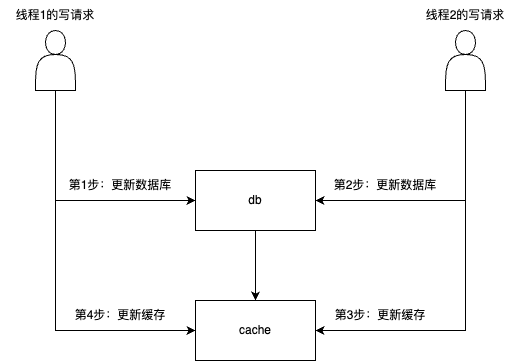
Above: cache-aside-unconsistency.png in qinjianmin/draw.io (draw.io), before the change. Source tidied: cells renumbered, new cells last; positions are measured from the earlier drawing's top-left corner, leaving out a move shared by most shapes. Source of this version:
```xml
<mxGraphModel>
  <root>
    <mxCell id="0" />
    <mxCell id="1" parent="0" />
    <mxCell id="2" style="edgeStyle=orthogonalEdgeStyle;rounded=0;jettySize=auto;html=1;entryX=0;entryY=0.5;entryDx=0;entryDy=0;" parent="1" edge="1" source="4" target="11">
      <mxGeometry relative="1" as="geometry">
        <Array as="points">
          <mxPoint x="55" y="200" />
        </Array>
      </mxGeometry>
    </mxCell>
    <mxCell id="3" style="edgeStyle=orthogonalEdgeStyle;rounded=0;jettySize=auto;html=1;entryX=0;entryY=0.5;entryDx=0;entryDy=0;" parent="1" edge="1" source="4" target="12">
      <mxGeometry relative="1" as="geometry">
        <Array as="points">
          <mxPoint x="55" y="330" />
        </Array>
      </mxGeometry>
    </mxCell>
    <mxCell id="4" style="shape=actor;whiteSpace=wrap;html=1;" parent="1" vertex="1">
      <mxGeometry x="35" y="30" width="40" height="60" as="geometry" />
    </mxCell>
    <mxCell id="5" value="线程1的写请求" style="text;html=1;strokeColor=none;fillColor=none;align=center;verticalAlign=middle;whiteSpace=wrap;rounded=0;" parent="1" vertex="1">
      <mxGeometry width="110" height="30" as="geometry" />
    </mxCell>
    <mxCell id="6" style="edgeStyle=orthogonalEdgeStyle;rounded=0;jettySize=auto;html=1;entryX=1;entryY=0.5;entryDx=0;entryDy=0;" parent="1" edge="1" source="8" target="12">
      <mxGeometry relative="1" as="geometry">
        <Array as="points">
          <mxPoint x="465" y="330" />
        </Array>
      </mxGeometry>
    </mxCell>
    <mxCell id="7" style="edgeStyle=orthogonalEdgeStyle;rounded=0;jettySize=auto;html=1;entryX=1;entryY=0.5;entryDx=0;entryDy=0;" parent="1" edge="1" source="8" target="11">
      <mxGeometry relative="1" as="geometry">
        <Array as="points">
          <mxPoint x="465" y="200" />
        </Array>
      </mxGeometry>
    </mxCell>
    <mxCell id="8" style="shape=actor;whiteSpace=wrap;html=1;" parent="1" vertex="1">
      <mxGeometry x="445" y="30" width="40" height="60" as="geometry" />
    </mxCell>
    <mxCell id="9" value="线程2的写请求" style="text;html=1;strokeColor=none;fillColor=none;align=center;verticalAlign=middle;whiteSpace=wrap;rounded=0;" parent="1" vertex="1">
      <mxGeometry x="410" width="110" height="30" as="geometry" />
    </mxCell>
    <mxCell id="10" style="edgeStyle=orthogonalEdgeStyle;rounded=0;jettySize=auto;html=1;" parent="1" edge="1" source="11" target="12">
      <mxGeometry relative="1" as="geometry" />
    </mxCell>
    <mxCell id="11" value="db" style="whiteSpace=wrap;html=1;" parent="1" vertex="1">
      <mxGeometry x="195" y="170" width="120" height="60" as="geometry" />
    </mxCell>
    <mxCell id="12" value="cache" style="whiteSpace=wrap;html=1;" parent="1" vertex="1">
      <mxGeometry x="195" y="300" width="120" height="60" as="geometry" />
    </mxCell>
    <mxCell id="13" value="第1步：更新数据库" style="text;html=1;strokeColor=none;fillColor=none;align=center;verticalAlign=middle;whiteSpace=wrap;rounded=0;" parent="1" vertex="1">
      <mxGeometry x="65" y="170" width="110" height="30" as="geometry" />
    </mxCell>
    <mxCell id="14" value="第3步：更新缓存" style="text;html=1;strokeColor=none;fillColor=none;align=center;verticalAlign=middle;whiteSpace=wrap;rounded=0;" parent="1" vertex="1">
      <mxGeometry x="325" y="300" width="110" height="30" as="geometry" />
    </mxCell>
    <mxCell id="15" value="第4步：更新缓存" style="text;html=1;strokeColor=none;fillColor=none;align=center;verticalAlign=middle;whiteSpace=wrap;rounded=0;" parent="1" vertex="1">
      <mxGeometry x="65" y="300" width="110" height="30" as="geometry" />
    </mxCell>
    <mxCell id="16" value="第2步：更新数据库" style="text;html=1;strokeColor=none;fillColor=none;align=center;verticalAlign=middle;whiteSpace=wrap;rounded=0;" parent="1" vertex="1">
      <mxGeometry x="325" y="170" width="120" height="30" as="geometry" />
    </mxCell>
  </root>
</mxGraphModel>
```
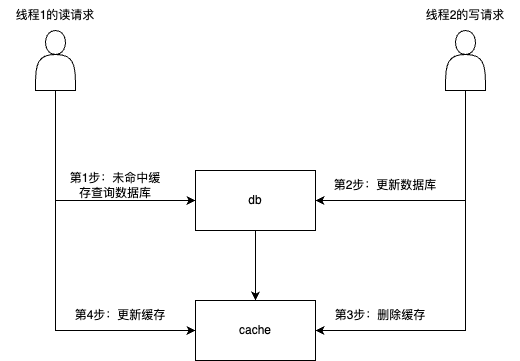
After the change.

What changed in the source:
```diff
@@ -19,7 +19,7 @@
     <mxCell id="4" style="shape=actor;whiteSpace=wrap;html=1;" parent="1" vertex="1">
       <mxGeometry x="35" y="30" width="40" height="60" as="geometry" />
     </mxCell>
-    <mxCell id="5" value="线程1的写请求" style="text;html=1;strokeColor=none;fillColor=none;align=center;verticalAlign=middle;whiteSpace=wrap;rounded=0;" parent="1" vertex="1">
+    <mxCell id="5" value="线程1的读请求" style="text;html=1;strokeColor=none;fillColor=none;align=center;verticalAlign=middle;whiteSpace=wrap;rounded=0;" parent="1" vertex="1">
       <mxGeometry width="110" height="30" as="geometry" />
     </mxCell>
     <mxCell id="6" style="edgeStyle=orthogonalEdgeStyle;rounded=0;jettySize=auto;html=1;entryX=1;entryY=0.5;entryDx=0;entryDy=0;" parent="1" edge="1" source="8" target="12">
@@ -51,10 +51,10 @@
     <mxCell id="12" value="cache" style="whiteSpace=wrap;html=1;" parent="1" vertex="1">
       <mxGeometry x="195" y="300" width="120" height="60" as="geometry" />
     </mxCell>
-    <mxCell id="13" value="第1步：更新数据库" style="text;html=1;strokeColor=none;fillColor=none;align=center;verticalAlign=middle;whiteSpace=wrap;rounded=0;" parent="1" vertex="1">
-      <mxGeometry x="65" y="170" width="110" height="30" as="geometry" />
+    <mxCell id="13" value="第1步：未命中缓存查询数据库" style="text;html=1;strokeColor=none;fillColor=none;align=center;verticalAlign=middle;whiteSpace=wrap;rounded=0;" parent="1" vertex="1">
+      <mxGeometry x="65" y="170" width="100" height="30" as="geometry" />
     </mxCell>
-    <mxCell id="14" value="第3步：更新缓存" style="text;html=1;strokeColor=none;fillColor=none;align=center;verticalAlign=middle;whiteSpace=wrap;rounded=0;" parent="1" vertex="1">
+    <mxCell id="14" value="第3步：删除缓存" style="text;html=1;strokeColor=none;fillColor=none;align=center;verticalAlign=middle;whiteSpace=wrap;rounded=0;" parent="1" vertex="1">
       <mxGeometry x="325" y="300" width="110" height="30" as="geometry" />
     </mxCell>
     <mxCell id="15" value="第4步：更新缓存" style="text;html=1;strokeColor=none;fillColor=none;align=center;verticalAlign=middle;whiteSpace=wrap;rounded=0;" parent="1" vertex="1">
```
